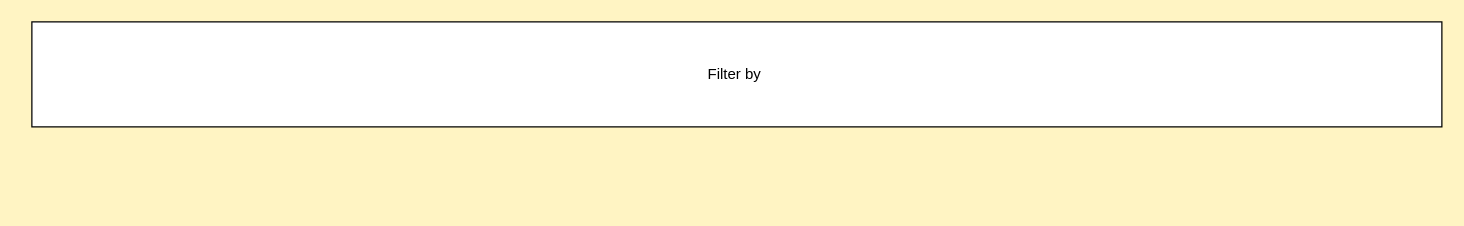
Before: page "Items Display" (3 of 5) of src/Market System Design.drawio in Ahmed-Ragy-3/MARKET_SYSTEM_repo, a draw.io diagram. Source tidied: cells renumbered, new cells numbered last; positions are measured from the earlier drawing's top-left corner, leaving out a move shared by most shapes. Both pictures are drawn from the tidied source at 125%, with x=0, y=0 at pixel (31, 21).
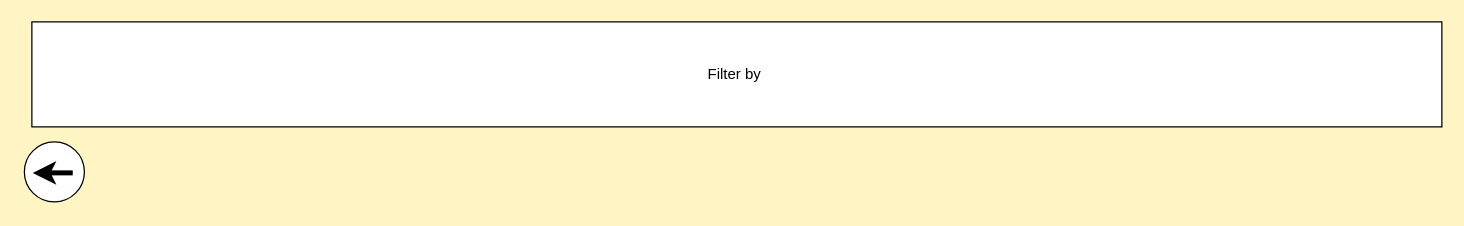
The same page after the edit.

The edit, as a diff of the source:
```diff
@@
 <mxGraphModel background="#FFF4C3">
   <root>
     <mxCell id="0" />
     <mxCell id="1" parent="0" />
     <mxCell id="2" value="Filter by&amp;nbsp;" style="rounded=0;whiteSpace=wrap;html=1;" parent="1" vertex="1">
       <mxGeometry width="1128" height="84" as="geometry" />
     </mxCell>
+    <mxCell id="3" style="group;" parent="1" vertex="1">
+      <mxGeometry x="-6" y="96" width="48" height="50" as="geometry" />
+    </mxCell>
+    <mxCell id="4" style="ellipse;whiteSpace=wrap;html=1;" parent="3" vertex="1">
+      <mxGeometry width="48" height="48" as="geometry" />
+    </mxCell>
+    <mxCell id="5" style="endArrow=classic;html=1;rounded=0;strokeWidth=4;" parent="3" edge="1">
+      <mxGeometry relative="1" as="geometry">
+        <mxPoint x="38.7" y="24.8" as="sourcePoint" />
+        <mxPoint x="6.7" y="24.8" as="targetPoint" />
+      </mxGeometry>
+    </mxCell>
   </root>
 </mxGraphModel>
```
